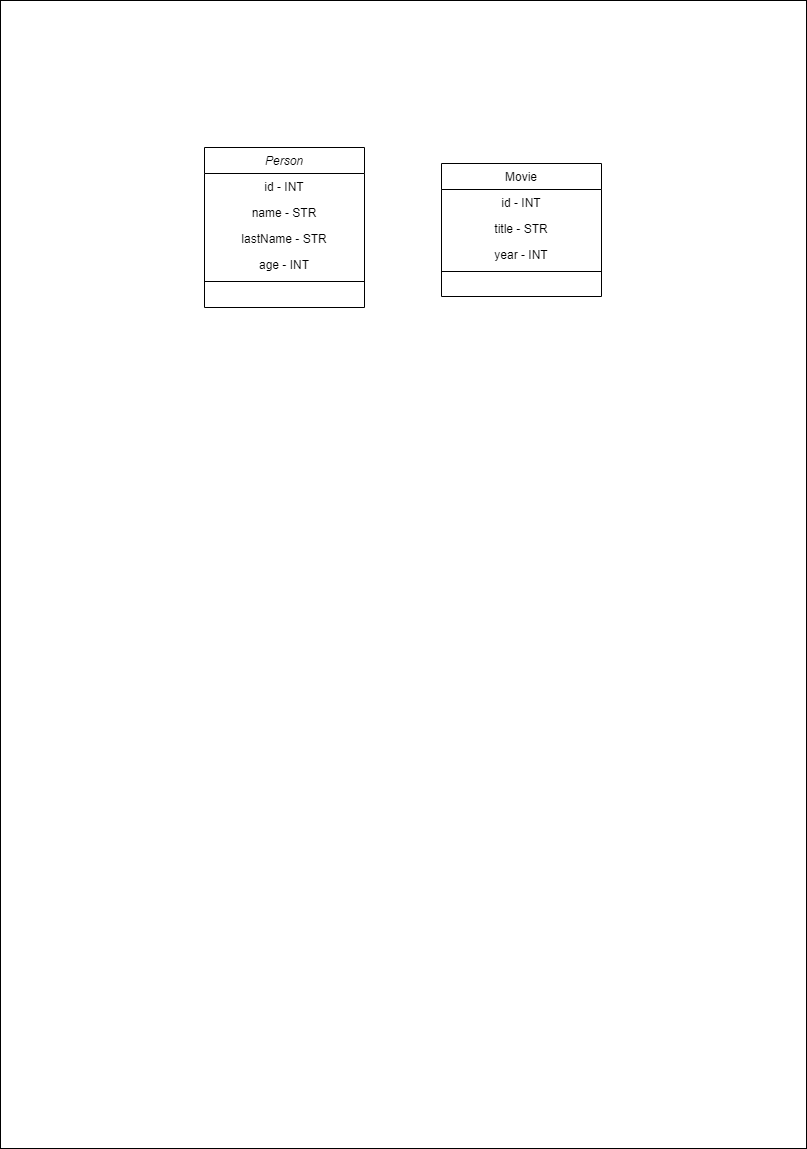
This is diagrama.png from helio7/sequelize-modelos, a draw.io export, as it was before one commit. Source tidied: cells renumbered, new cells last; positions are measured from the earlier drawing's top-left corner, leaving out a move shared by most shapes.
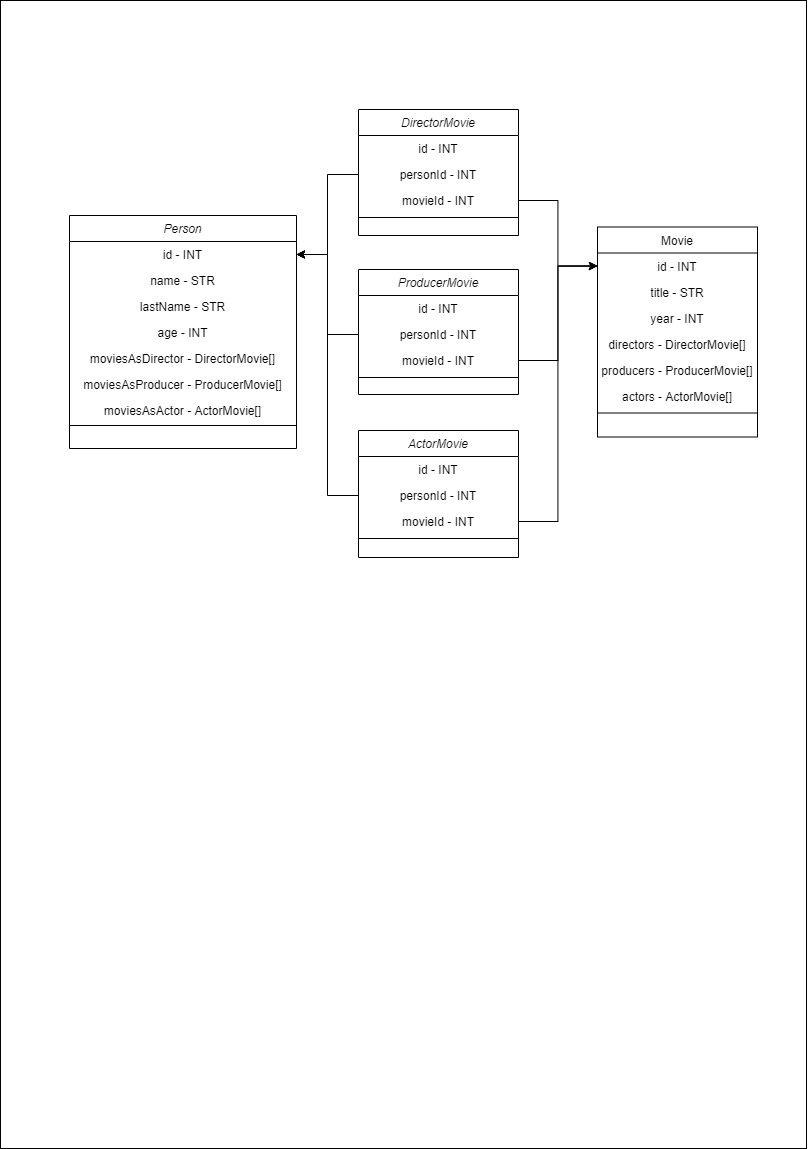
Above is the later version.

Diff of the diagram source:
```diff
@@ -3,28 +3,37 @@
     <mxCell id="0" />
     <mxCell id="1" parent="0" />
     <mxCell id="2" style="rounded=0;whiteSpace=wrap;html=1;" parent="1" vertex="1">
-      <mxGeometry width="806" height="1148" as="geometry" />
+      <mxGeometry x="-829" y="-3" width="806" height="1148" as="geometry" />
     </mxCell>
     <mxCell id="3" value="Person" style="swimlane;fontStyle=2;align=center;verticalAlign=top;horizontal=1;startSize=26;rounded=0;shadow=0;strokeWidth=1;" parent="1" vertex="1">
-      <mxGeometry x="204" y="147" width="160" height="160" as="geometry" />
+      <mxGeometry x="-760" y="212" width="227" height="233" as="geometry" />
     </mxCell>
     <mxCell id="4" value="id - INT" style="text;align=center;verticalAlign=top;spacingLeft=4;spacingRight=4;overflow=hidden;points=[[0,0.5],[1,0.5]];portConstraint=eastwest;" parent="3" vertex="1">
-      <mxGeometry y="26" width="160" height="26" as="geometry" />
+      <mxGeometry y="26" width="227" height="26" as="geometry" />
     </mxCell>
     <mxCell id="5" value="name - STR" style="text;align=center;verticalAlign=top;spacingLeft=4;spacingRight=4;overflow=hidden;" parent="3" vertex="1">
-      <mxGeometry y="52" width="160" height="26" as="geometry" />
+      <mxGeometry y="52" width="227" height="26" as="geometry" />
     </mxCell>
     <mxCell id="6" value="lastName - STR" style="text;align=center;verticalAlign=top;spacingLeft=4;spacingRight=4;overflow=hidden;rounded=0;shadow=0;html=0;" parent="3" vertex="1">
-      <mxGeometry y="78" width="160" height="26" as="geometry" />
+      <mxGeometry y="78" width="227" height="26" as="geometry" />
     </mxCell>
     <mxCell id="7" value="age - INT" style="text;align=center;verticalAlign=top;spacingLeft=4;spacingRight=4;overflow=hidden;rounded=0;shadow=0;html=0;" parent="3" vertex="1">
-      <mxGeometry y="104" width="160" height="26" as="geometry" />
+      <mxGeometry y="104" width="227" height="26" as="geometry" />
     </mxCell>
+    <mxCell id="14" value="moviesAsDirector - DirectorMovie[]" style="text;align=center;verticalAlign=top;spacingLeft=4;spacingRight=4;overflow=hidden;rounded=0;shadow=0;html=0;" parent="3" vertex="1">
+      <mxGeometry y="130" width="227" height="26" as="geometry" />
+    </mxCell>
+    <mxCell id="15" value="moviesAsProducer - ProducerMovie[]" style="text;align=center;verticalAlign=top;spacingLeft=4;spacingRight=4;overflow=hidden;rounded=0;shadow=0;html=0;" parent="3" vertex="1">
+      <mxGeometry y="156" width="227" height="26" as="geometry" />
+    </mxCell>
+    <mxCell id="16" value="moviesAsActor - ActorMovie[]" style="text;align=center;verticalAlign=top;spacingLeft=4;spacingRight=4;overflow=hidden;rounded=0;shadow=0;html=0;" parent="3" vertex="1">
+      <mxGeometry y="182" width="227" height="26" as="geometry" />
+    </mxCell>
     <mxCell id="8" style="line;html=1;strokeWidth=1;align=left;verticalAlign=middle;spacingTop=-1;spacingLeft=3;spacingRight=3;labelPosition=right;" parent="3" vertex="1">
-      <mxGeometry y="130" width="160" height="8" as="geometry" />
+      <mxGeometry y="208" width="227" height="4" as="geometry" />
     </mxCell>
     <mxCell id="9" value="Movie" style="swimlane;fontStyle=0;align=center;verticalAlign=top;horizontal=1;startSize=26;rounded=0;shadow=0;strokeWidth=1;" parent="1" vertex="1">
-      <mxGeometry x="441" y="163" width="160" height="133" as="geometry" />
+      <mxGeometry x="-232" y="223.5" width="160" height="210" as="geometry" />
     </mxCell>
     <mxCell id="10" value="id - INT" style="text;align=center;verticalAlign=top;spacingLeft=4;spacingRight=4;overflow=hidden;points=[[0,0.5],[1,0.5]];portConstraint=eastwest;" parent="9" vertex="1">
       <mxGeometry y="26" width="160" height="26" as="geometry" />
@@ -35,8 +44,80 @@
     <mxCell id="12" value="year - INT" style="text;align=center;verticalAlign=top;spacingLeft=4;spacingRight=4;overflow=hidden;rounded=0;shadow=0;html=0;" parent="9" vertex="1">
       <mxGeometry y="78" width="160" height="26" as="geometry" />
     </mxCell>
+    <mxCell id="17" value="directors - DirectorMovie[]" style="text;align=center;verticalAlign=top;spacingLeft=4;spacingRight=4;overflow=hidden;rounded=0;shadow=0;html=0;" parent="9" vertex="1">
+      <mxGeometry y="104" width="160" height="26" as="geometry" />
+    </mxCell>
+    <mxCell id="18" value="producers - ProducerMovie[]" style="text;align=center;verticalAlign=top;spacingLeft=4;spacingRight=4;overflow=hidden;rounded=0;shadow=0;html=0;" parent="9" vertex="1">
+      <mxGeometry y="130" width="160" height="26" as="geometry" />
+    </mxCell>
+    <mxCell id="19" value="actors - ActorMovie[]" style="text;align=center;verticalAlign=top;spacingLeft=4;spacingRight=4;overflow=hidden;rounded=0;shadow=0;html=0;" parent="9" vertex="1">
+      <mxGeometry y="156" width="160" height="26" as="geometry" />
+    </mxCell>
     <mxCell id="13" style="line;html=1;strokeWidth=1;align=left;verticalAlign=middle;spacingTop=-1;spacingLeft=3;spacingRight=3;labelPosition=right;" parent="9" vertex="1">
-      <mxGeometry y="104" width="160" height="8" as="geometry" />
+      <mxGeometry y="182" width="160" height="8" as="geometry" />
     </mxCell>
+    <mxCell id="20" value="DirectorMovie" style="swimlane;fontStyle=2;align=center;verticalAlign=top;horizontal=1;startSize=26;rounded=0;shadow=0;strokeWidth=1;" parent="1" vertex="1">
+      <mxGeometry x="-471" y="106" width="160" height="126" as="geometry" />
+    </mxCell>
+    <mxCell id="21" value="id - INT" style="text;align=center;verticalAlign=top;spacingLeft=4;spacingRight=4;overflow=hidden;" parent="20" vertex="1">
+      <mxGeometry y="26" width="160" height="26" as="geometry" />
+    </mxCell>
+    <mxCell id="22" value="personId - INT" style="text;align=center;verticalAlign=top;spacingLeft=4;spacingRight=4;overflow=hidden;points=[[0,0.5],[1,0.5]];portConstraint=eastwest;" parent="20" vertex="1">
+      <mxGeometry y="52" width="160" height="26" as="geometry" />
+    </mxCell>
+    <mxCell id="23" value="movieId - INT" style="text;align=center;verticalAlign=top;spacingLeft=4;spacingRight=4;overflow=hidden;points=[[0,0.5],[1,0.5]];portConstraint=eastwest;rounded=0;shadow=0;html=0;" parent="20" vertex="1">
+      <mxGeometry y="78" width="160" height="26" as="geometry" />
+    </mxCell>
+    <mxCell id="24" style="line;html=1;strokeWidth=1;align=left;verticalAlign=middle;spacingTop=-1;spacingLeft=3;spacingRight=3;labelPosition=right;" parent="20" vertex="1">
+      <mxGeometry y="104" width="160" height="8" as="geometry" />
+    </mxCell>
+    <mxCell id="25" value="ProducerMovie" style="swimlane;fontStyle=2;align=center;verticalAlign=top;horizontal=1;startSize=26;rounded=0;shadow=0;strokeWidth=1;" parent="1" vertex="1">
+      <mxGeometry x="-471" y="266" width="160" height="125" as="geometry" />
+    </mxCell>
+    <mxCell id="26" value="id - INT" style="text;align=center;verticalAlign=top;spacingLeft=4;spacingRight=4;overflow=hidden;" parent="25" vertex="1">
+      <mxGeometry y="26" width="160" height="26" as="geometry" />
+    </mxCell>
+    <mxCell id="27" value="personId - INT" style="text;align=center;verticalAlign=top;spacingLeft=4;spacingRight=4;overflow=hidden;points=[[0,0.5],[1,0.5]];portConstraint=eastwest;" parent="25" vertex="1">
+      <mxGeometry y="52" width="160" height="26" as="geometry" />
+    </mxCell>
+    <mxCell id="28" value="movieId - INT" style="text;align=center;verticalAlign=top;spacingLeft=4;spacingRight=4;overflow=hidden;points=[[0,0.5],[1,0.5]];portConstraint=eastwest;rounded=0;shadow=0;html=0;" parent="25" vertex="1">
+      <mxGeometry y="78" width="160" height="26" as="geometry" />
+    </mxCell>
+    <mxCell id="29" style="line;html=1;strokeWidth=1;align=left;verticalAlign=middle;spacingTop=-1;spacingLeft=3;spacingRight=3;labelPosition=right;" parent="25" vertex="1">
+      <mxGeometry y="104" width="160" height="8" as="geometry" />
+    </mxCell>
+    <mxCell id="30" value="ActorMovie" style="swimlane;fontStyle=2;align=center;verticalAlign=top;horizontal=1;startSize=26;rounded=0;shadow=0;strokeWidth=1;" parent="1" vertex="1">
+      <mxGeometry x="-471" y="427" width="160" height="127" as="geometry" />
+    </mxCell>
+    <mxCell id="31" value="id - INT" style="text;align=center;verticalAlign=top;spacingLeft=4;spacingRight=4;overflow=hidden;" parent="30" vertex="1">
+      <mxGeometry y="26" width="160" height="26" as="geometry" />
+    </mxCell>
+    <mxCell id="32" value="personId - INT" style="text;align=center;verticalAlign=top;spacingLeft=4;spacingRight=4;overflow=hidden;points=[[0,0.5],[1,0.5]];portConstraint=eastwest;" parent="30" vertex="1">
+      <mxGeometry y="52" width="160" height="26" as="geometry" />
+    </mxCell>
+    <mxCell id="33" value="movieId - INT" style="text;align=center;verticalAlign=top;spacingLeft=4;spacingRight=4;overflow=hidden;points=[[0,0.5],[1,0.5]];portConstraint=eastwest;rounded=0;shadow=0;html=0;" parent="30" vertex="1">
+      <mxGeometry y="78" width="160" height="26" as="geometry" />
+    </mxCell>
+    <mxCell id="34" style="line;html=1;strokeWidth=1;align=left;verticalAlign=middle;spacingTop=-1;spacingLeft=3;spacingRight=3;labelPosition=right;" parent="30" vertex="1">
+      <mxGeometry y="104" width="160" height="8" as="geometry" />
+    </mxCell>
+    <mxCell id="35" style="edgeStyle=orthogonalEdgeStyle;rounded=0;jettySize=auto;html=1;exitX=1;exitY=0.5;exitDx=0;exitDy=0;entryX=0;entryY=0.5;entryDx=0;entryDy=0;" parent="1" edge="1" source="23" target="10">
+      <mxGeometry relative="1" as="geometry" />
+    </mxCell>
+    <mxCell id="36" style="edgeStyle=orthogonalEdgeStyle;rounded=0;jettySize=auto;html=1;exitX=1;exitY=0.5;exitDx=0;exitDy=0;entryX=0;entryY=0.5;entryDx=0;entryDy=0;" parent="1" edge="1" source="28" target="10">
+      <mxGeometry relative="1" as="geometry" />
+    </mxCell>
+    <mxCell id="37" style="edgeStyle=orthogonalEdgeStyle;rounded=0;jettySize=auto;html=1;exitX=1;exitY=0.5;exitDx=0;exitDy=0;entryX=0;entryY=0.5;entryDx=0;entryDy=0;" parent="1" edge="1" source="33" target="10">
+      <mxGeometry relative="1" as="geometry" />
+    </mxCell>
+    <mxCell id="38" style="edgeStyle=orthogonalEdgeStyle;rounded=0;jettySize=auto;html=1;exitX=0;exitY=0.5;exitDx=0;exitDy=0;entryX=1;entryY=0.5;entryDx=0;entryDy=0;" parent="1" edge="1" source="22" target="4">
+      <mxGeometry relative="1" as="geometry" />
+    </mxCell>
+    <mxCell id="39" style="edgeStyle=orthogonalEdgeStyle;rounded=0;jettySize=auto;html=1;exitX=0;exitY=0.5;exitDx=0;exitDy=0;entryX=1;entryY=0.5;entryDx=0;entryDy=0;" parent="1" edge="1" source="27" target="4">
+      <mxGeometry relative="1" as="geometry" />
+    </mxCell>
+    <mxCell id="40" style="edgeStyle=orthogonalEdgeStyle;rounded=0;jettySize=auto;html=1;exitX=0;exitY=0.5;exitDx=0;exitDy=0;entryX=1;entryY=0.5;entryDx=0;entryDy=0;" parent="1" edge="1" source="32" target="4">
+      <mxGeometry relative="1" as="geometry" />
+    </mxCell>
   </root>
 </mxGraphModel>
```
